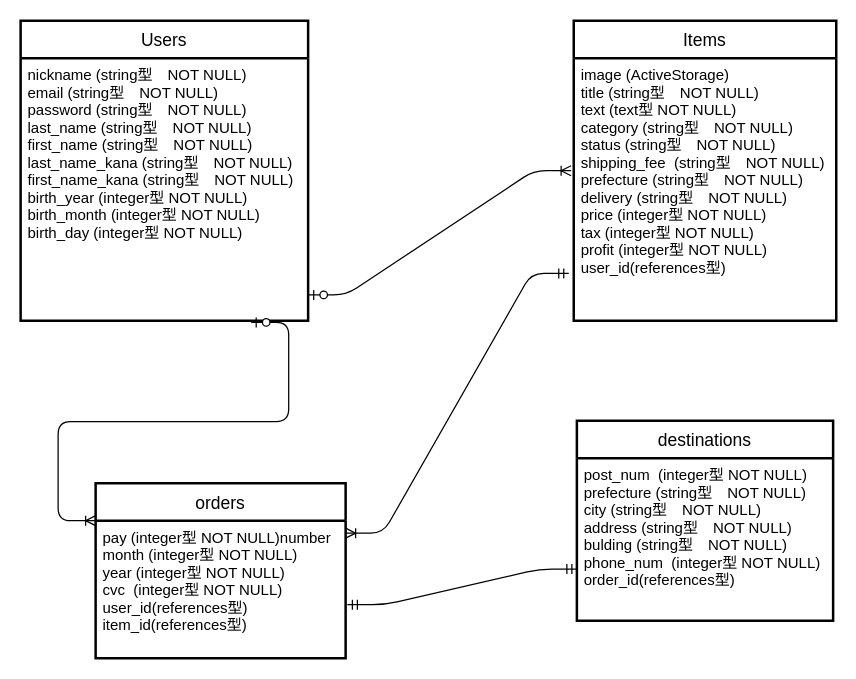
shunsaku0621/furima-35691 keeps this draw.io diagram as furima.dio. Above is the earlier version. Source tidied: cells renumbered, new cells numbered last; positions are measured from the earlier drawing's top-left corner, leaving out a move shared by most shapes. Both pictures are drawn from the tidied source at 125%, with x=0, y=0 at pixel (20, 20).
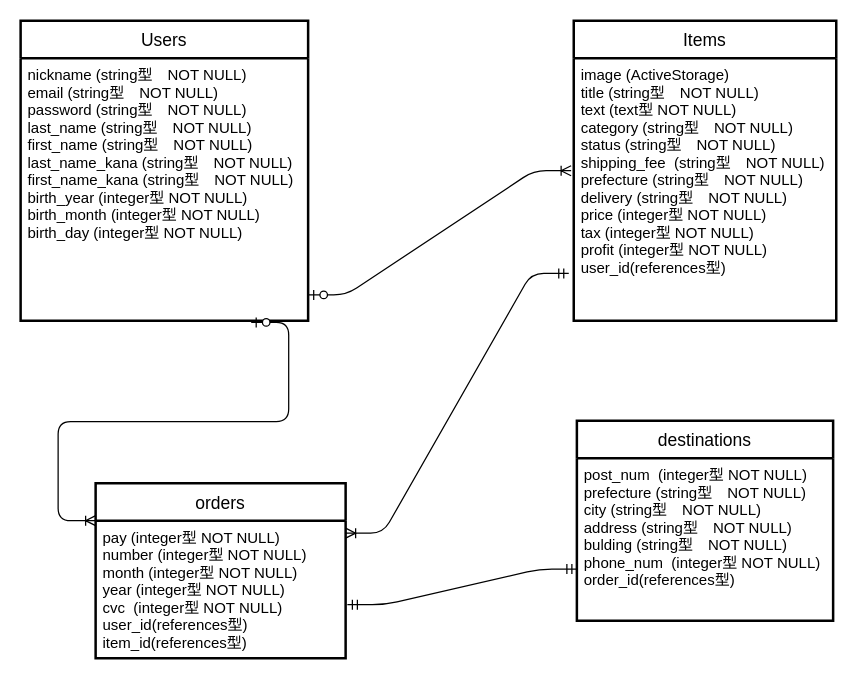
Above is the later version.

Change to the diagram source:
```diff
@@
 <mxGraphModel>
   <root>
     <mxCell id="0" />
     <mxCell id="1" parent="0" />
     <mxCell id="2" value="orders" style="swimlane;horizontal=1;startSize=30;fontSize=14;fontStyle=0;strokeWidth=2;shadow=0;dashed=0;align=center;" parent="1" vertex="1">
       <mxGeometry x="60" y="370" width="200" height="140" as="geometry" />
     </mxCell>
-    <mxCell id="3" value="pay (integer型 NOT NULL)number&#10;month (integer型 NOT NULL)&#10;year (integer型 NOT NULL)&#10;cvc  (integer型 NOT NULL)&#10;user_id(references型)&#10;item_id(references型)" style="align=left;strokeColor=none;fillColor=none;spacingLeft=4;fontSize=12;verticalAlign=top;" parent="2" vertex="1">
+    <mxCell id="3" value="pay (integer型 NOT NULL)&#10;number (integer型 NOT NULL)&#10;month (integer型 NOT NULL)&#10;year (integer型 NOT NULL)&#10;cvc  (integer型 NOT NULL)&#10;user_id(references型)&#10;item_id(references型)" style="align=left;strokeColor=none;fillColor=none;spacingLeft=4;fontSize=12;verticalAlign=top;" parent="2" vertex="1">
       <mxGeometry y="30" width="200" height="110" as="geometry" />
     </mxCell>
     <mxCell id="4" value="Items" style="swimlane;horizontal=1;startSize=30;fontSize=14;fontStyle=0;strokeWidth=2;shadow=0;dashed=0;align=center;" parent="1" vertex="1">
       <mxGeometry x="442.5" width="210" height="240" as="geometry" />
     </mxCell>
     <mxCell id="5" value="image (ActiveStorage)&#10;title (string型　NOT NULL)&#10;text (text型 NOT NULL)&#10;category (string型　NOT NULL)&#10;status (string型　NOT NULL)&#10;shipping_fee  (string型　NOT NULL)&#10;prefecture (string型　NOT NULL)&#10;delivery (string型　NOT NULL)&#10;price (integer型 NOT NULL)&#10;tax (integer型 NOT NULL)&#10;profit (integer型 NOT NULL)&#10;user_id(references型)" style="align=left;strokeColor=none;fillColor=none;spacingLeft=4;fontSize=12;verticalAlign=top;" parent="4" vertex="1">
       <mxGeometry y="30" width="210" height="210" as="geometry" />
     </mxCell>
     <mxCell id="6" value="destinations" style="swimlane;horizontal=1;startSize=30;fontSize=14;fontStyle=0;strokeWidth=2;shadow=0;dashed=0;align=center;" parent="1" vertex="1">
       <mxGeometry x="445" y="320" width="205" height="160" as="geometry" />
     </mxCell>
     <mxCell id="7" value="post_num  (integer型 NOT NULL)&#10;prefecture (string型　NOT NULL)&#10;city (string型　NOT NULL)&#10;address (string型　NOT NULL)&#10;bulding (string型　NOT NULL)&#10;phone_num  (integer型 NOT NULL)&#10;order_id(references型)&#10;" style="align=left;strokeColor=none;fillColor=none;spacingLeft=4;fontSize=12;verticalAlign=top;" parent="6" vertex="1">
       <mxGeometry y="30" width="205" height="130" as="geometry" />
     </mxCell>
     <mxCell id="8" style="edgeStyle=entityRelationEdgeStyle;fontSize=13;html=1;endArrow=ERoneToMany;startArrow=ERzeroToOne;exitX=1.002;exitY=0.902;exitDx=0;exitDy=0;exitPerimeter=0;entryX=-0.01;entryY=0.429;entryDx=0;entryDy=0;entryPerimeter=0;" parent="1" edge="1" source="10" target="5">
       <mxGeometry relative="1" as="geometry" />
     </mxCell>
     <mxCell id="9" value="Users" style="swimlane;horizontal=1;startSize=30;fontSize=14;fontStyle=0;strokeWidth=2;shadow=0;dashed=0;align=center;" parent="1" vertex="1">
       <mxGeometry width="230" height="240" as="geometry" />
     </mxCell>
     <mxCell id="10" value="nickname (string型　NOT NULL)&#10;email (string型　NOT NULL)&#10;password (string型　NOT NULL)&#10;last_name (string型　NOT NULL)&#10;first_name (string型　NOT NULL)&#10;last_name_kana (string型　NOT NULL)&#10;first_name_kana (string型　NOT NULL)&#10;birth_year (integer型 NOT NULL)&#10;birth_month (integer型 NOT NULL)&#10;birth_day (integer型 NOT NULL)" style="align=left;strokeColor=none;fillColor=none;spacingLeft=4;fontSize=12;verticalAlign=top;" parent="9" vertex="1">
       <mxGeometry y="30" width="230" height="210" as="geometry" />
     </mxCell>
     <mxCell id="11" style="edgeStyle=entityRelationEdgeStyle;fontSize=12;html=1;endArrow=ERoneToMany;startArrow=ERzeroToOne;exitX=0.802;exitY=1.007;exitDx=0;exitDy=0;exitPerimeter=0;" parent="1" edge="1" source="10">
       <mxGeometry relative="1" as="geometry">
         <mxPoint x="60" y="400" as="targetPoint" />
       </mxGeometry>
     </mxCell>
     <mxCell id="12" style="edgeStyle=entityRelationEdgeStyle;fontSize=12;html=1;endArrow=ERmandOne;startArrow=ERmandOne;exitX=1.007;exitY=0.611;exitDx=0;exitDy=0;exitPerimeter=0;entryX=0;entryY=0.683;entryDx=0;entryDy=0;entryPerimeter=0;" parent="1" edge="1" source="3" target="7">
       <mxGeometry relative="1" as="geometry" />
     </mxCell>
     <mxCell id="13" style="edgeStyle=entityRelationEdgeStyle;fontSize=12;html=1;endArrow=ERoneToMany;startArrow=ERmandOne;entryX=1;entryY=0.091;entryDx=0;entryDy=0;entryPerimeter=0;exitX=-0.019;exitY=0.82;exitDx=0;exitDy=0;exitPerimeter=0;" parent="1" edge="1" source="5" target="3">
       <mxGeometry relative="1" as="geometry" />
     </mxCell>
   </root>
 </mxGraphModel>
```
